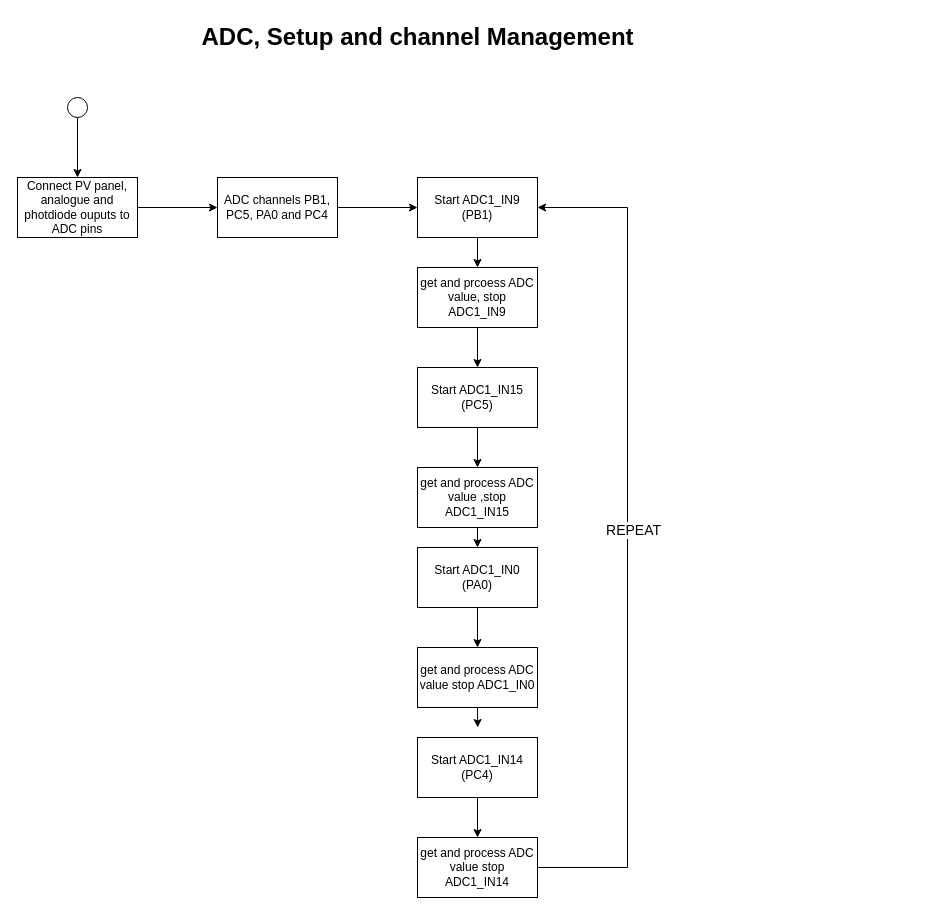
Earlier version of the draw.io diagram PV System Effiency Monitor Resources/REPORT/Diagrams/ADC Setup and channel management.drawio (D-Mutabazi/C-and-Embedded-System-Projects). Source tidied: cells renumbered, new cells numbered last; positions are measured from the earlier drawing's top-left corner, leaving out a move shared by most shapes. Both pictures are drawn from the tidied source at 100%, with x=0, y=0 at pixel (17, 17).
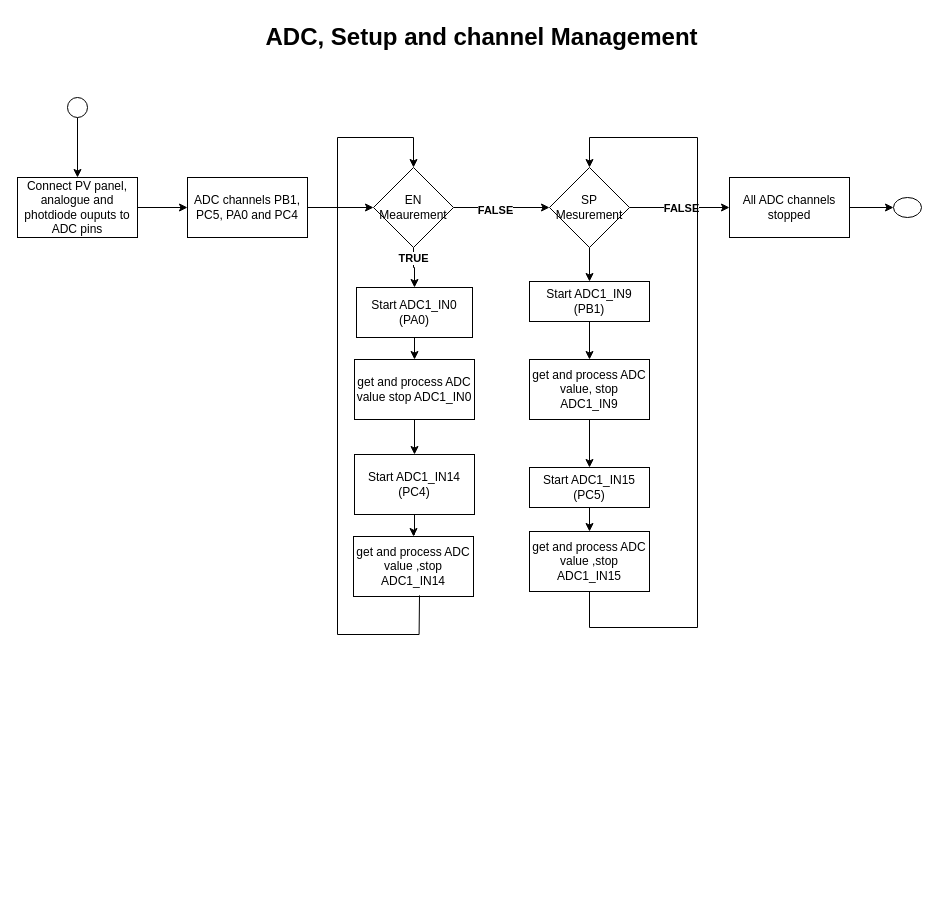
After the change.

What changed in the source:
```diff
@@
     <mxCell id="2" value="ADC, Setup and channel Management" style="text;strokeColor=none;fillColor=none;html=1;fontSize=24;fontStyle=1;verticalAlign=middle;align=center;" parent="1" vertex="1">
-      <mxGeometry x="350" width="100" height="40" as="geometry" />
+      <mxGeometry x="414" width="100" height="40" as="geometry" />
     </mxCell>
@@
-    <mxCell id="7" style="edgeStyle=orthogonalEdgeStyle;rounded=0;jettySize=auto;html=1;" parent="1" edge="1" source="8" target="10">
-      <mxGeometry relative="1" as="geometry" />
-    </mxCell>
+    <mxCell id="26" style="edgeStyle=orthogonalEdgeStyle;rounded=0;jettySize=auto;html=1;" parent="1" edge="1" source="8" target="31">
+      <mxGeometry relative="1" as="geometry" />
+    </mxCell>
     <mxCell id="8" value="ADC channels PB1, PC5, PA0 and PC4" style="whiteSpace=wrap;html=1;" parent="1" vertex="1">
-      <mxGeometry x="200" y="160" width="120" height="60" as="geometry" />
+      <mxGeometry x="170" y="160" width="120" height="60" as="geometry" />
     </mxCell>
@@
     <mxCell id="10" value="Start ADC1_IN9 (PB1)" style="whiteSpace=wrap;html=1;" parent="1" vertex="1">
-      <mxGeometry x="400" y="160" width="120" height="60" as="geometry" />
+      <mxGeometry x="512" y="264" width="120" height="40" as="geometry" />
     </mxCell>
@@
-    <mxCell id="12" value="get and prcoess ADC value, stop ADC1_IN9" style="whiteSpace=wrap;html=1;" parent="1" vertex="1">
-      <mxGeometry x="400" y="250" width="120" height="60" as="geometry" />
+    <mxCell id="12" value="get and process ADC value, stop ADC1_IN9" style="whiteSpace=wrap;html=1;" parent="1" vertex="1">
+      <mxGeometry x="512" y="342" width="120" height="60" as="geometry" />
     </mxCell>
@@
     <mxCell id="14" value="Start ADC1_IN15 (PC5)" style="whiteSpace=wrap;html=1;" parent="1" vertex="1">
-      <mxGeometry x="400" y="350" width="120" height="60" as="geometry" />
+      <mxGeometry x="512" y="450" width="120" height="40" as="geometry" />
     </mxCell>
-    <mxCell id="15" style="edgeStyle=orthogonalEdgeStyle;rounded=0;jettySize=auto;html=1;exitX=0.5;exitY=1;exitDx=0;exitDy=0;entryX=0.5;entryY=0;entryDx=0;entryDy=0;" parent="1" edge="1" source="16" target="18">
-      <mxGeometry relative="1" as="geometry" />
-    </mxCell>
     <mxCell id="16" value="get and process ADC value ,stop ADC1_IN15" style="whiteSpace=wrap;html=1;" parent="1" vertex="1">
-      <mxGeometry x="400" y="450" width="120" height="60" as="geometry" />
+      <mxGeometry x="512" y="514" width="120" height="60" as="geometry" />
     </mxCell>
+    <mxCell id="27" style="edgeStyle=orthogonalEdgeStyle;rounded=0;jettySize=auto;html=1;" parent="1" edge="1" source="31" target="35">
+      <mxGeometry relative="1" as="geometry" />
+    </mxCell>
+    <mxCell id="28" value="FALSE" style="edgeLabel;html=1;align=center;verticalAlign=middle;fontStyle=1;" parent="27" vertex="1">
+      <mxGeometry x="-0.15" y="-2" relative="1" as="geometry" />
+    </mxCell>
+    <mxCell id="29" style="edgeStyle=orthogonalEdgeStyle;rounded=0;jettySize=auto;html=1;entryX=0.5;entryY=0;entryDx=0;entryDy=0;" parent="1" edge="1" source="31" target="18">
+      <mxGeometry relative="1" as="geometry" />
+    </mxCell>
+    <mxCell id="30" value="TRUE" style="edgeLabel;html=1;align=center;verticalAlign=middle;fontStyle=1;" parent="29" vertex="1">
+      <mxGeometry x="-0.51" y="-1" relative="1" as="geometry" />
+    </mxCell>
+    <mxCell id="31" value="EN Meaurement" style="rhombus;whiteSpace=wrap;html=1;" parent="1" vertex="1">
+      <mxGeometry x="356" y="150" width="80" height="80" as="geometry" />
+    </mxCell>
+    <mxCell id="32" style="edgeStyle=orthogonalEdgeStyle;rounded=0;jettySize=auto;html=1;" parent="1" edge="1" source="35" target="37">
+      <mxGeometry relative="1" as="geometry" />
+    </mxCell>
+    <mxCell id="33" value="FALSE" style="edgeLabel;html=1;align=center;verticalAlign=middle;fontStyle=1;" parent="32" vertex="1">
+      <mxGeometry x="0.01" relative="1" as="geometry" />
+    </mxCell>
+    <mxCell id="34" style="edgeStyle=orthogonalEdgeStyle;rounded=0;jettySize=auto;html=1;entryX=0.5;entryY=0;entryDx=0;entryDy=0;" parent="1" edge="1" source="35" target="10">
+      <mxGeometry relative="1" as="geometry" />
+    </mxCell>
+    <mxCell id="35" value="SP Mesurement" style="rhombus;whiteSpace=wrap;html=1;" parent="1" vertex="1">
+      <mxGeometry x="532" y="150" width="80" height="80" as="geometry" />
+    </mxCell>
+    <mxCell id="36" style="edgeStyle=orthogonalEdgeStyle;rounded=0;jettySize=auto;html=1;" parent="1" edge="1" source="37" target="43">
+      <mxGeometry relative="1" as="geometry" />
+    </mxCell>
+    <mxCell id="37" value="All ADC channels stopped" style="whiteSpace=wrap;html=1;" parent="1" vertex="1">
+      <mxGeometry x="712" y="160" width="120" height="60" as="geometry" />
+    </mxCell>
@@
     <mxCell id="18" value="Start ADC1_IN0 (PA0)" style="whiteSpace=wrap;html=1;" parent="1" vertex="1">
-      <mxGeometry x="400" y="530" width="120" height="60" as="geometry" />
+      <mxGeometry x="339" y="270" width="116" height="50" as="geometry" />
     </mxCell>
-    <mxCell id="19" style="edgeStyle=orthogonalEdgeStyle;rounded=0;jettySize=auto;html=1;exitX=0.5;exitY=1;exitDx=0;exitDy=0;" parent="1" edge="1" source="20">
-      <mxGeometry relative="1" as="geometry">
-        <mxPoint x="460.2" y="710" as="targetPoint" />
-      </mxGeometry>
-    </mxCell>
+    <mxCell id="38" style="edgeStyle=orthogonalEdgeStyle;rounded=0;jettySize=auto;html=1;" parent="1" edge="1" source="20" target="22">
+      <mxGeometry relative="1" as="geometry" />
+    </mxCell>
     <mxCell id="20" value="get and process ADC value stop ADC1_IN0" style="whiteSpace=wrap;html=1;" parent="1" vertex="1">
-      <mxGeometry x="400" y="630" width="120" height="60" as="geometry" />
+      <mxGeometry x="337" y="342" width="120" height="60" as="geometry" />
     </mxCell>
-    <mxCell id="21" style="edgeStyle=orthogonalEdgeStyle;rounded=0;jettySize=auto;html=1;" parent="1" edge="1" source="22" target="23">
-      <mxGeometry relative="1" as="geometry" />
-    </mxCell>
+    <mxCell id="39" style="edgeStyle=orthogonalEdgeStyle;rounded=0;jettySize=auto;html=1;" parent="1" edge="1" source="22" target="40">
+      <mxGeometry relative="1" as="geometry" />
+    </mxCell>
     <mxCell id="22" value="Start ADC1_IN14 (PC4)" style="whiteSpace=wrap;html=1;" parent="1" vertex="1">
-      <mxGeometry x="400" y="720" width="120" height="60" as="geometry" />
+      <mxGeometry x="337" y="437" width="120" height="60" as="geometry" />
     </mxCell>
-    <mxCell id="23" value="get and process ADC value stop ADC1_IN14" style="whiteSpace=wrap;html=1;" parent="1" vertex="1">
-      <mxGeometry x="400" y="820" width="120" height="60" as="geometry" />
-    </mxCell>
-    <mxCell id="24" style="endArrow=classic;html=1;rounded=0;exitX=1;exitY=0.5;exitDx=0;exitDy=0;entryX=1;entryY=0.5;entryDx=0;entryDy=0;" parent="1" edge="1" source="23" target="10">
-      <mxGeometry relative="1" as="geometry">
-        <Array as="points">
-          <mxPoint x="610" y="850" />
-          <mxPoint x="610" y="190" />
-        </Array>
-      </mxGeometry>
-    </mxCell>
-    <mxCell id="25" value="&lt;font style=&quot;font-size: 14px;&quot;&gt;REPEAT&lt;/font&gt;" style="edgeLabel;html=1;align=center;verticalAlign=middle;" parent="24" vertex="1">
-      <mxGeometry x="0.02" y="-5" relative="1" as="geometry" />
-    </mxCell>
+    <mxCell id="40" value="get and process ADC value ,stop ADC1_IN14" style="whiteSpace=wrap;html=1;" parent="1" vertex="1">
+      <mxGeometry x="336" y="519" width="120" height="60" as="geometry" />
+    </mxCell>
+    <mxCell id="41" style="endArrow=classic;html=1;rounded=0;exitX=0.412;exitY=1.132;exitDx=0;exitDy=0;exitPerimeter=0;" parent="1" edge="1">
+      <mxGeometry relative="1" as="geometry">
+        <mxPoint x="402" y="577.9" as="sourcePoint" />
+        <mxPoint x="396" y="150" as="targetPoint" />
+        <Array as="points">
+          <mxPoint x="401.6" y="617" />
+          <mxPoint x="320" y="617" />
+          <mxPoint x="320" y="120" />
+          <mxPoint x="396" y="120" />
+        </Array>
+      </mxGeometry>
+    </mxCell>
+    <mxCell id="42" style="endArrow=classic;html=1;rounded=0;exitX=0.5;exitY=1;exitDx=0;exitDy=0;entryX=0.5;entryY=0;entryDx=0;entryDy=0;" parent="1" edge="1" source="16" target="35">
+      <mxGeometry relative="1" as="geometry">
+        <Array as="points">
+          <mxPoint x="572" y="610" />
+          <mxPoint x="680" y="610" />
+          <mxPoint x="680" y="120" />
+          <mxPoint x="572" y="120" />
+        </Array>
+      </mxGeometry>
+    </mxCell>
+    <mxCell id="43" style="ellipse;whiteSpace=wrap;html=1;" parent="1" vertex="1">
+      <mxGeometry x="876" y="180" width="28" height="20" as="geometry" />
+    </mxCell>
```
